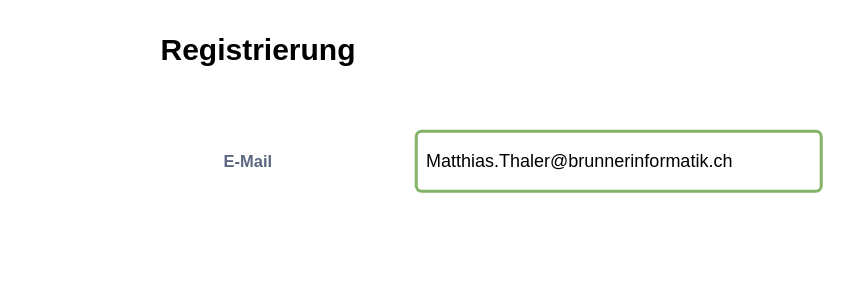
mats68/next-gen-diagramm keeps this draw.io diagram as page "Registrierung ID4" (2 of 10) of Masken Berechtigungen und Regsistrierung.drawio. Above is the earlier version. Source tidied: cells renumbered, new cells numbered last; positions are measured from the earlier drawing's top-left corner, leaving out a move shared by most shapes. Both pictures are drawn from the tidied source at 150%, with x=0, y=0 at pixel (190, 26).
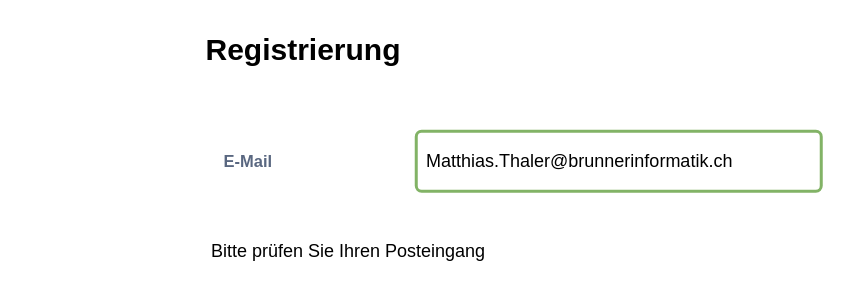
The same diagram, later.

Change to the diagram source:
```diff
@@
 <mxGraphModel>
   <root>
     <mxCell id="0" />
     <mxCell id="1" parent="0" />
     <mxCell id="2" value="E-Mail" style="fillColor=none;strokeColor=none;html=1;fontSize=11;fontStyle=0;align=left;fontColor=#596780;fontStyle=1;fontSize=11;" parent="1" vertex="1">
       <mxGeometry x="20" y="80" width="240" height="20" as="geometry" />
     </mxCell>
     <mxCell id="3" value="Matthias.Thaler@brunnerinformatik.ch" style="rounded=1;arcSize=9;align=left;spacingLeft=5;strokeColor=#82b366;html=1;strokeWidth=2;fontSize=12;fillColor=none;" parent="1" vertex="1">
       <mxGeometry x="150" y="70" width="270" height="40" as="geometry" />
     </mxCell>
     <mxCell id="4" value="Registrierung" style="text;html=1;strokeColor=none;fillColor=none;align=center;verticalAlign=middle;whiteSpace=wrap;rounded=0;fontSize=20;fontColor=#000000;fontStyle=1;" parent="1" vertex="1">
-      <mxGeometry width="90" height="30" as="geometry" />
+      <mxGeometry x="30" width="90" height="30" as="geometry" />
     </mxCell>
+    <mxCell id="5" value="Bitte prüfen Sie Ihren Posteingang" style="text;html=1;strokeColor=none;fillColor=none;align=center;verticalAlign=middle;whiteSpace=wrap;rounded=0;fontSize=12;fontColor=#000000;" parent="1" vertex="1">
+      <mxGeometry x="-110" y="140" width="430" height="20" as="geometry" />
+    </mxCell>
+    <mxCell id="6" style="edgeStyle=orthogonalEdgeStyle;rounded=0;orthogonalLoop=1;jettySize=auto;html=1;exitX=0.5;exitY=1;exitDx=0;exitDy=0;fontSize=20;fontColor=#000000;" parent="1" edge="1" source="5" target="5">
+      <mxGeometry relative="1" as="geometry" />
+    </mxCell>
   </root>
 </mxGraphModel>
```
